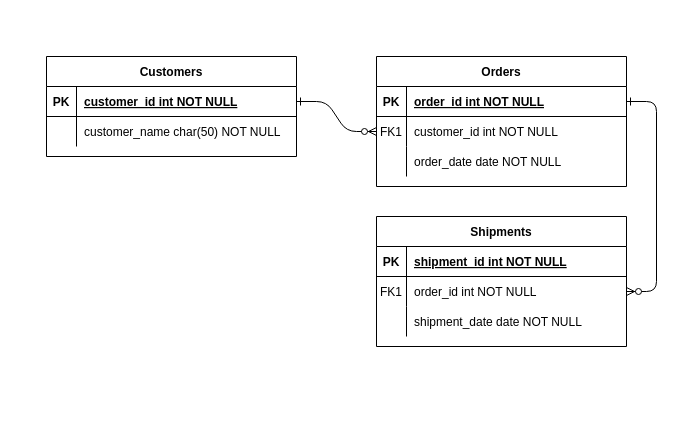
Before: Untitled Diagram.drawio in davjfish/diagrams, a draw.io diagram. Source tidied: cells renumbered, new cells numbered last; positions are measured from the earlier drawing's top-left corner, leaving out a move shared by most shapes. Both pictures are drawn from the tidied source at 100%, with x=0, y=0 at pixel (46, 56).
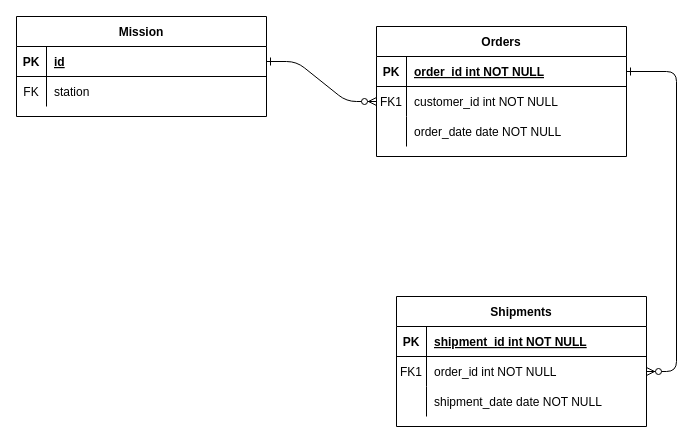
After the change.

Commit message:
Andes Basic ERD.drawio

The change refers to these unchanged cells:
```xml
<mxCell id="25" style="shape=partialRectangle;fillColor=none;points=[[0,0.5],[1,0.5]];portConstraint=eastwest;top=0;left=0;right=0;bottom=1;" parent="24" vertex="1">
  <mxGeometry y="30" width="250" height="30" as="geometry" />
</mxCell>
<mxCell id="28" style="shape=partialRectangle;fillColor=none;top=0;left=0;right=0;bottom=0;" parent="24" vertex="1">
  <mxGeometry y="60" width="250" height="30" as="geometry" />
</mxCell>
```

The edit, as a diff of the source:
```diff
@@
     <mxCell id="4" value="Orders" style="shape=table;startSize=30;childLayout=tableLayout;rowLines=0;fontStyle=1;align=center;" parent="1" vertex="1">
-      <mxGeometry x="330" width="250" height="130" as="geometry" />
+      <mxGeometry x="330" y="-30" width="250" height="130" as="geometry" />
     </mxCell>
@@
     <mxCell id="14" value="Shipments" style="shape=table;startSize=30;childLayout=tableLayout;rowLines=0;fontStyle=1;align=center;" parent="1" vertex="1">
-      <mxGeometry x="330" y="160" width="250" height="130" as="geometry" />
+      <mxGeometry x="350" y="240" width="250" height="130" as="geometry" />
     </mxCell>
@@
-    <mxCell id="24" value="Customers" style="shape=table;startSize=30;childLayout=tableLayout;rowLines=0;fontStyle=1;align=center;" parent="1" vertex="1">
-      <mxGeometry width="250" height="100" as="geometry" />
+    <mxCell id="24" value="Mission" style="shape=table;startSize=30;childLayout=tableLayout;rowLines=0;fontStyle=1;align=center;" parent="1" vertex="1">
+      <mxGeometry x="-30" y="-40" width="250" height="100" as="geometry" />
     </mxCell>
@@
-    <mxCell id="27" value="customer_id int NOT NULL " style="shape=partialRectangle;overflow=hidden;fillColor=none;top=0;left=0;bottom=0;right=0;align=left;spacingLeft=6;fontStyle=5;" parent="25" vertex="1">
+    <mxCell id="27" value="id" style="shape=partialRectangle;overflow=hidden;fillColor=none;top=0;left=0;bottom=0;right=0;align=left;spacingLeft=6;fontStyle=5;" parent="25" vertex="1">
       <mxGeometry x="30" width="220" height="30" as="geometry" />
     </mxCell>
@@
-    <mxCell id="29" style="shape=partialRectangle;overflow=hidden;fillColor=none;top=0;left=0;bottom=0;right=0;" parent="28" vertex="1">
+    <mxCell id="29" value="FK" style="shape=partialRectangle;overflow=hidden;fillColor=none;top=0;left=0;bottom=0;right=0;" parent="28" vertex="1">
       <mxGeometry width="30" height="30" as="geometry" />
     </mxCell>
-    <mxCell id="30" value="customer_name char(50) NOT NULL" style="shape=partialRectangle;overflow=hidden;fillColor=none;top=0;left=0;bottom=0;right=0;align=left;spacingLeft=6;" parent="28" vertex="1">
+    <mxCell id="30" value="station    " style="shape=partialRectangle;overflow=hidden;fillColor=none;top=0;left=0;bottom=0;right=0;align=left;spacingLeft=6;" parent="28" vertex="1">
       <mxGeometry x="30" width="220" height="30" as="geometry" />
     </mxCell>
```
